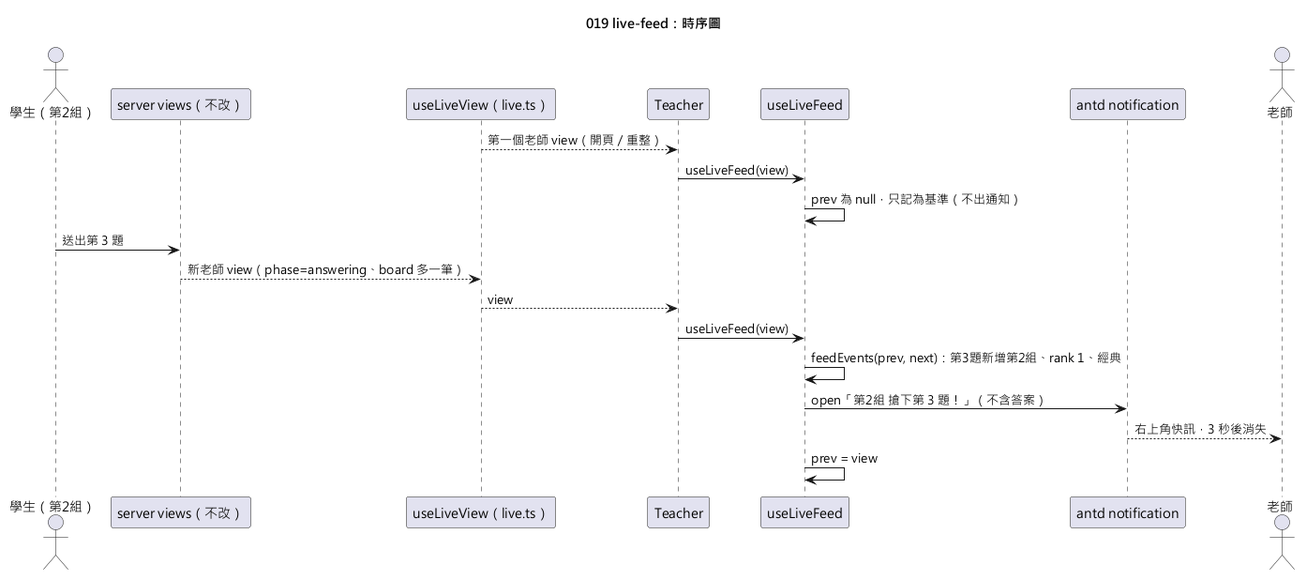
Earlier version of the PlantUML export diagrams/019-live-feed-sequence.png (yue083139/software_fin-speckit).
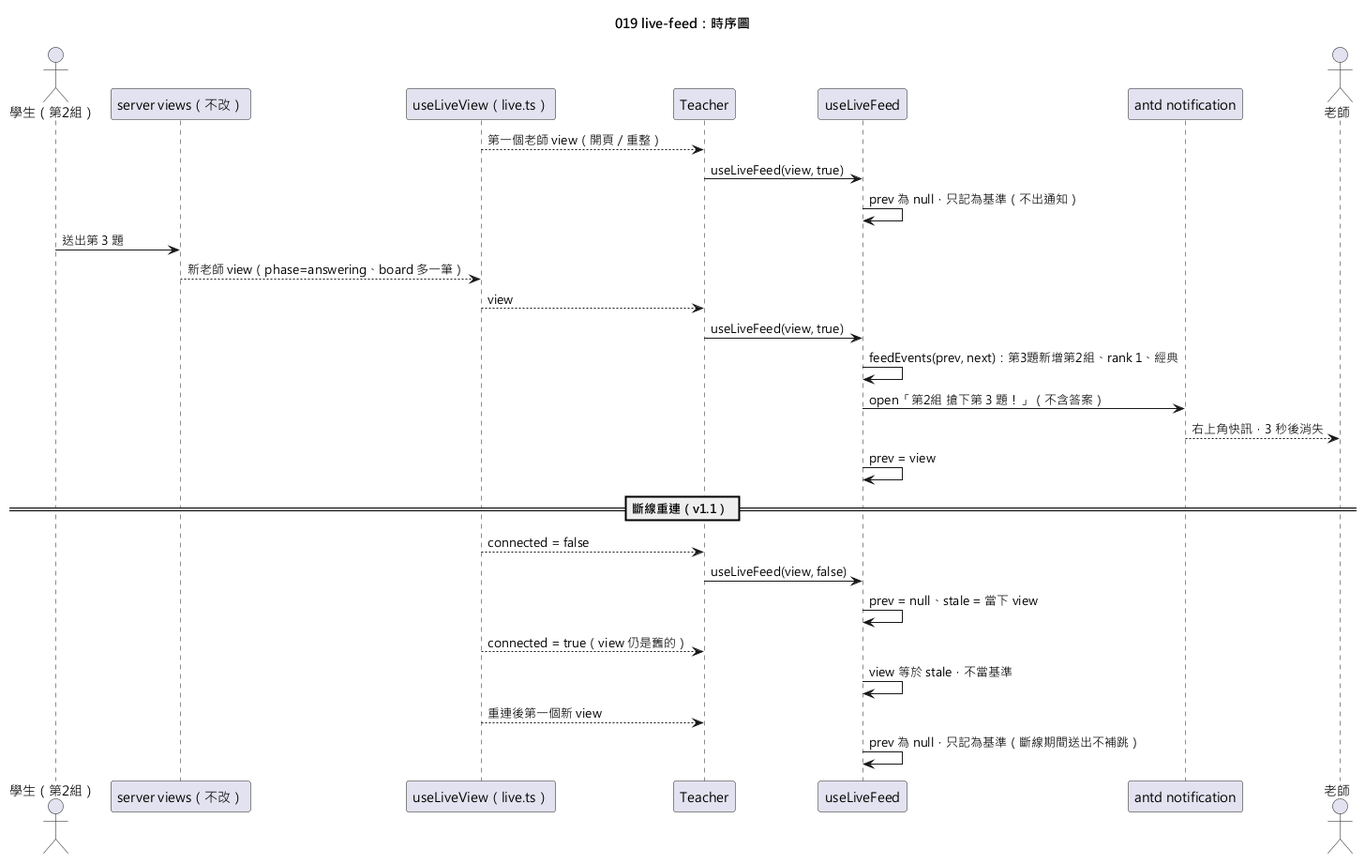
Later version of the same file.

Commit message:
docs(diagrams): 019-live-feed 類別圖與時序圖補斷線重連分支

The edit, as a diff of the source:
```diff
@@ -11,14 +11,22 @@
 actor "老師" as Teacher
 
 L --> T : 第一個老師 view（開頁／重整）
-T -> F : useLiveFeed(view)
+T -> F : useLiveFeed(view, true)
 F -> F : prev 為 null，只記為基準（不出通知）
 S -> V : 送出第 3 題
 V --> L : 新老師 view（phase=answering、board 多一筆）
 L --> T : view
-T -> F : useLiveFeed(view)
+T -> F : useLiveFeed(view, true)
 F -> F : feedEvents(prev, next)：第3題新增第2組、rank 1、經典
 F -> N : open「第2組 搶下第 3 題！」（不含答案）
 N --> Teacher : 右上角快訊，3 秒後消失
 F -> F : prev = view
+== 斷線重連（v1.1） ==
+L --> T : connected = false
+T -> F : useLiveFeed(view, false)
+F -> F : prev = null、stale = 當下 view
+L --> T : connected = true（view 仍是舊的）
+F -> F : view 等於 stale，不當基準
+L --> T : 重連後第一個新 view
+F -> F : prev 為 null，只記為基準（斷線期間送出不補跳）
 @enduml
```
